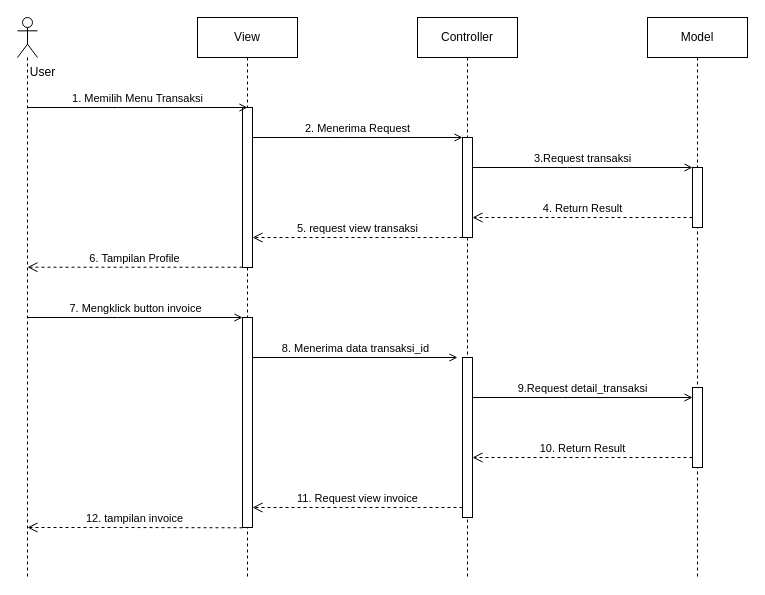
Above: page "riwayat_transakasi" (7 of 13) of sequence.drawio in ThikerXCX/umltoko (draw.io), before the change. Source tidied: cells renumbered, new cells numbered last; positions are measured from the earlier drawing's top-left corner, leaving out a move shared by most shapes. Both pictures are drawn from the tidied source at 100%, with x=0, y=0 at pixel (17, 17).
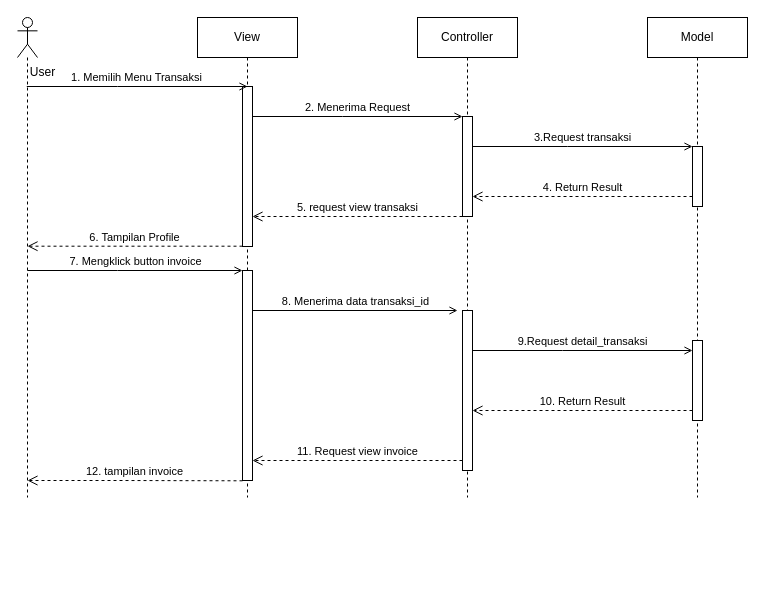
The same page after the edit.

The edit, as a diff of the source:
```diff
@@
     <mxCell id="2" style="shape=umlLifeline;perimeter=lifelinePerimeter;whiteSpace=wrap;html=1;outlineConnect=0;portConstraint=eastwest;newEdgeStyle={&quot;edgeStyle&quot;:&quot;elbowEdgeStyle&quot;,&quot;elbow&quot;:&quot;vertical&quot;,&quot;curved&quot;:0,&quot;rounded&quot;:0};participant=umlActor;" parent="1" vertex="1">
-      <mxGeometry width="20" height="560" as="geometry" />
+      <mxGeometry width="20" height="480" as="geometry" />
     </mxCell>
     <mxCell id="3" value="View" style="shape=umlLifeline;perimeter=lifelinePerimeter;whiteSpace=wrap;html=1;newEdgeStyle={&quot;edgeStyle&quot;:&quot;elbowEdgeStyle&quot;,&quot;elbow&quot;:&quot;vertical&quot;,&quot;curved&quot;:0,&quot;rounded&quot;:0};" parent="1" vertex="1">
-      <mxGeometry x="180" width="100" height="560" as="geometry" />
+      <mxGeometry x="180" width="100" height="480" as="geometry" />
     </mxCell>
     <mxCell id="4" style="html=1;points=[];perimeter=orthogonalPerimeter;outlineConnect=0;targetShapes=umlLifeline;portConstraint=eastwest;newEdgeStyle={&quot;edgeStyle&quot;:&quot;elbowEdgeStyle&quot;,&quot;elbow&quot;:&quot;vertical&quot;,&quot;curved&quot;:0,&quot;rounded&quot;:0};" parent="3" vertex="1">
-      <mxGeometry x="45" y="90" width="10" height="160" as="geometry" />
+      <mxGeometry x="45" y="69" width="10" height="160" as="geometry" />
     </mxCell>
     <mxCell id="5" style="html=1;points=[];perimeter=orthogonalPerimeter;outlineConnect=0;targetShapes=umlLifeline;portConstraint=eastwest;newEdgeStyle={&quot;edgeStyle&quot;:&quot;elbowEdgeStyle&quot;,&quot;elbow&quot;:&quot;vertical&quot;,&quot;curved&quot;:0,&quot;rounded&quot;:0};" parent="3" vertex="1">
-      <mxGeometry x="45" y="300" width="10" height="210" as="geometry" />
+      <mxGeometry x="45" y="253" width="10" height="210" as="geometry" />
     </mxCell>
@@
     <mxCell id="7" value="Controller" style="shape=umlLifeline;perimeter=lifelinePerimeter;whiteSpace=wrap;html=1;newEdgeStyle={&quot;edgeStyle&quot;:&quot;elbowEdgeStyle&quot;,&quot;elbow&quot;:&quot;vertical&quot;,&quot;curved&quot;:0,&quot;rounded&quot;:0};" parent="1" vertex="1">
-      <mxGeometry x="400" width="100" height="560" as="geometry" />
+      <mxGeometry x="400" width="100" height="480" as="geometry" />
     </mxCell>
     <mxCell id="8" style="html=1;points=[];perimeter=orthogonalPerimeter;outlineConnect=0;targetShapes=umlLifeline;portConstraint=eastwest;newEdgeStyle={&quot;edgeStyle&quot;:&quot;elbowEdgeStyle&quot;,&quot;elbow&quot;:&quot;vertical&quot;,&quot;curved&quot;:0,&quot;rounded&quot;:0};" parent="7" vertex="1">
-      <mxGeometry x="45" y="120" width="10" height="100" as="geometry" />
+      <mxGeometry x="45" y="99" width="10" height="100" as="geometry" />
     </mxCell>
     <mxCell id="9" style="html=1;points=[];perimeter=orthogonalPerimeter;outlineConnect=0;targetShapes=umlLifeline;portConstraint=eastwest;newEdgeStyle={&quot;edgeStyle&quot;:&quot;elbowEdgeStyle&quot;,&quot;elbow&quot;:&quot;vertical&quot;,&quot;curved&quot;:0,&quot;rounded&quot;:0};" parent="7" vertex="1">
-      <mxGeometry x="45" y="340" width="10" height="160" as="geometry" />
+      <mxGeometry x="45" y="293" width="10" height="160" as="geometry" />
     </mxCell>
     <mxCell id="10" value="Model" style="shape=umlLifeline;perimeter=lifelinePerimeter;whiteSpace=wrap;html=1;newEdgeStyle={&quot;edgeStyle&quot;:&quot;elbowEdgeStyle&quot;,&quot;elbow&quot;:&quot;vertical&quot;,&quot;curved&quot;:0,&quot;rounded&quot;:0};" parent="1" vertex="1">
-      <mxGeometry x="630" width="100" height="560" as="geometry" />
+      <mxGeometry x="630" width="100" height="480" as="geometry" />
     </mxCell>
     <mxCell id="11" style="html=1;points=[];perimeter=orthogonalPerimeter;outlineConnect=0;targetShapes=umlLifeline;portConstraint=eastwest;newEdgeStyle={&quot;edgeStyle&quot;:&quot;elbowEdgeStyle&quot;,&quot;elbow&quot;:&quot;vertical&quot;,&quot;curved&quot;:0,&quot;rounded&quot;:0};" parent="10" vertex="1">
-      <mxGeometry x="45" y="150" width="10" height="60" as="geometry" />
+      <mxGeometry x="45" y="129" width="10" height="60" as="geometry" />
     </mxCell>
     <mxCell id="12" style="html=1;points=[];perimeter=orthogonalPerimeter;outlineConnect=0;targetShapes=umlLifeline;portConstraint=eastwest;newEdgeStyle={&quot;edgeStyle&quot;:&quot;elbowEdgeStyle&quot;,&quot;elbow&quot;:&quot;vertical&quot;,&quot;curved&quot;:0,&quot;rounded&quot;:0};" parent="10" vertex="1">
-      <mxGeometry x="45" y="370" width="10" height="80" as="geometry" />
+      <mxGeometry x="45" y="323" width="10" height="80" as="geometry" />
     </mxCell>
-    <mxCell id="13" value="1. Memilih Menu Transaksi" style="html=1;verticalAlign=bottom;labelBackgroundColor=none;endArrow=open;endFill=0;rounded=0;" parent="1" edge="1" source="2">
+    <mxCell id="13" value="1. Memilih Menu Transaksi" style="html=1;verticalAlign=bottom;labelBackgroundColor=none;endArrow=open;endFill=0;rounded=0;" parent="1" edge="1">
       <mxGeometry relative="1" as="geometry">
-        <mxPoint x="230" y="90" as="targetPoint" />
+        <mxPoint x="9.3" y="69" as="sourcePoint" />
+        <mxPoint x="230" y="69" as="targetPoint" />
         <Array as="points">
-          <mxPoint x="100" y="90" />
+          <mxPoint x="100" y="69" />
         </Array>
       </mxGeometry>
     </mxCell>
     <mxCell id="14" value="4. Return Result" style="endArrow=open;startArrow=none;endFill=0;startFill=0;endSize=8;html=1;verticalAlign=bottom;dashed=1;labelBackgroundColor=none;rounded=0;" parent="1" edge="1" source="11" target="8">
       <mxGeometry relative="1" as="geometry">
         <Array as="points">
-          <mxPoint x="540" y="200" />
+          <mxPoint x="540" y="179" />
         </Array>
       </mxGeometry>
     </mxCell>
     <mxCell id="15" value="2. Menerima Request" style="html=1;verticalAlign=bottom;labelBackgroundColor=none;endArrow=open;endFill=0;rounded=0;" parent="1" edge="1" source="4" target="8">
       <mxGeometry relative="1" as="geometry">
         <Array as="points">
-          <mxPoint x="325" y="120" />
+          <mxPoint x="325" y="99" />
         </Array>
       </mxGeometry>
     </mxCell>
     <mxCell id="16" value="3.Request transaksi" style="html=1;verticalAlign=bottom;labelBackgroundColor=none;endArrow=open;endFill=0;rounded=0;" parent="1" edge="1" source="8" target="11">
       <mxGeometry relative="1" as="geometry">
         <Array as="points">
-          <mxPoint x="550" y="150" />
+          <mxPoint x="550" y="129" />
         </Array>
       </mxGeometry>
     </mxCell>
     <mxCell id="17" value="11. Request view invoice" style="endArrow=open;startArrow=none;endFill=0;startFill=0;endSize=8;html=1;verticalAlign=bottom;dashed=1;labelBackgroundColor=none;rounded=0;" parent="1" edge="1" source="9">
       <mxGeometry relative="1" as="geometry">
-        <mxPoint x="235" y="490" as="targetPoint" />
+        <mxPoint x="235" y="443" as="targetPoint" />
         <Array as="points">
-          <mxPoint x="320" y="490" />
+          <mxPoint x="320" y="443" />
         </Array>
       </mxGeometry>
     </mxCell>
     <mxCell id="18" value="6. Tampilan Profile" style="endArrow=open;startArrow=none;endFill=0;startFill=0;endSize=8;html=1;verticalAlign=bottom;dashed=1;labelBackgroundColor=none;rounded=0;" parent="1" edge="1" source="4">
       <mxGeometry relative="1" as="geometry">
-        <mxPoint x="10" y="249.7" as="targetPoint" />
+        <mxPoint x="10" y="228.7" as="targetPoint" />
         <Array as="points">
-          <mxPoint x="100" y="249.7" />
+          <mxPoint x="100" y="228.7" />
         </Array>
       </mxGeometry>
     </mxCell>
     <mxCell id="19" value="7. Mengklick button invoice" style="html=1;verticalAlign=bottom;labelBackgroundColor=none;endArrow=open;endFill=0;rounded=0;" parent="1" edge="1" target="5">
       <mxGeometry relative="1" as="geometry">
-        <mxPoint x="10" y="300" as="sourcePoint" />
+        <mxPoint x="10" y="253" as="sourcePoint" />
         <Array as="points">
-          <mxPoint x="100" y="300" />
+          <mxPoint x="100" y="253" />
         </Array>
       </mxGeometry>
     </mxCell>
     <mxCell id="20" value="8. Menerima data transaksi_id" style="html=1;verticalAlign=bottom;labelBackgroundColor=none;endArrow=open;endFill=0;rounded=0;" parent="1" edge="1" source="5">
       <mxGeometry relative="1" as="geometry">
-        <mxPoint x="440" y="340" as="targetPoint" />
+        <mxPoint x="440" y="293" as="targetPoint" />
       </mxGeometry>
     </mxCell>
     <mxCell id="21" value="9.Request detail_transaksi" style="html=1;verticalAlign=bottom;labelBackgroundColor=none;endArrow=open;endFill=0;rounded=0;" parent="1" edge="1" source="9" target="12">
       <mxGeometry relative="1" as="geometry">
         <Array as="points">
-          <mxPoint x="545" y="380" />
+          <mxPoint x="545" y="333" />
         </Array>
       </mxGeometry>
     </mxCell>
     <mxCell id="22" value="10. Return Result" style="endArrow=open;startArrow=none;endFill=0;startFill=0;endSize=8;html=1;verticalAlign=bottom;dashed=1;labelBackgroundColor=none;rounded=0;" parent="1" edge="1">
       <mxGeometry relative="1" as="geometry">
-        <mxPoint x="675" y="440" as="sourcePoint" />
-        <mxPoint x="455" y="440" as="targetPoint" />
+        <mxPoint x="675" y="393" as="sourcePoint" />
+        <mxPoint x="455" y="393" as="targetPoint" />
         <Array as="points">
-          <mxPoint x="540" y="440" />
+          <mxPoint x="540" y="393" />
         </Array>
       </mxGeometry>
     </mxCell>
     <mxCell id="23" value="12. tampilan invoice" style="endArrow=open;startArrow=none;endFill=0;startFill=0;endSize=8;html=1;verticalAlign=bottom;dashed=1;labelBackgroundColor=none;rounded=0;" parent="1" edge="1">
       <mxGeometry relative="1" as="geometry">
-        <mxPoint x="225" y="510.3" as="sourcePoint" />
-        <mxPoint x="10" y="510" as="targetPoint" />
+        <mxPoint x="225" y="463.3" as="sourcePoint" />
+        <mxPoint x="10" y="463" as="targetPoint" />
         <Array as="points">
-          <mxPoint x="100" y="510" />
+          <mxPoint x="100" y="463" />
         </Array>
       </mxGeometry>
     </mxCell>
     <mxCell id="24" value="5. request view transaksi" style="endArrow=open;startArrow=none;endFill=0;startFill=0;endSize=8;html=1;verticalAlign=bottom;dashed=1;labelBackgroundColor=none;rounded=0;" parent="1" edge="1">
       <mxGeometry relative="1" as="geometry">
-        <mxPoint x="445" y="220" as="sourcePoint" />
-        <mxPoint x="235" y="220" as="targetPoint" />
+        <mxPoint x="445" y="199" as="sourcePoint" />
+        <mxPoint x="235" y="199" as="targetPoint" />
         <Array as="points">
-          <mxPoint x="320" y="220" />
+          <mxPoint x="320" y="199" />
         </Array>
       </mxGeometry>
     </mxCell>
```
